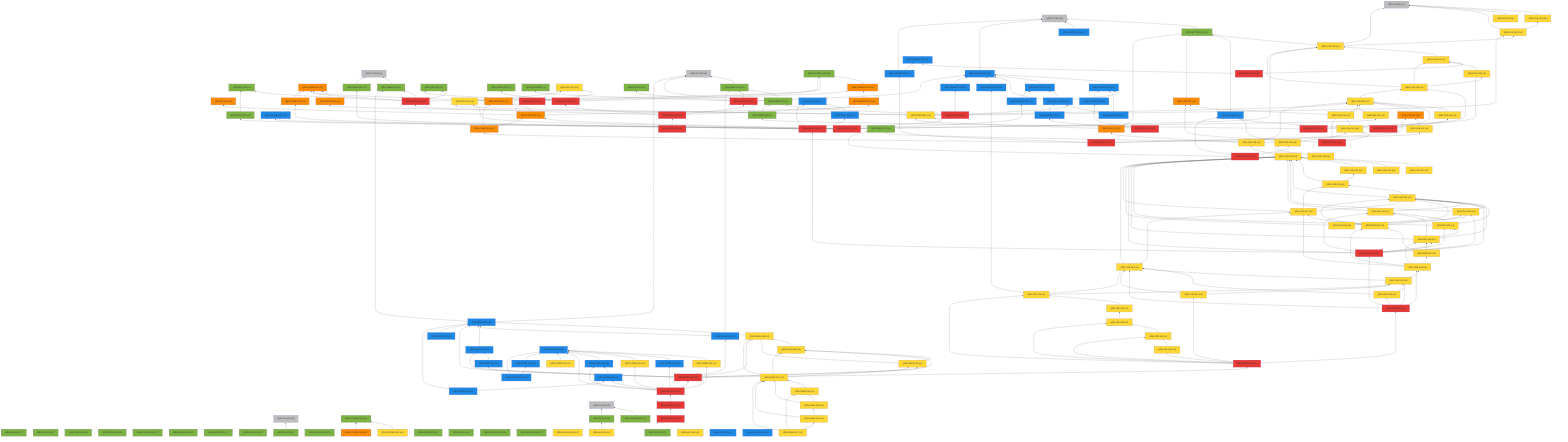
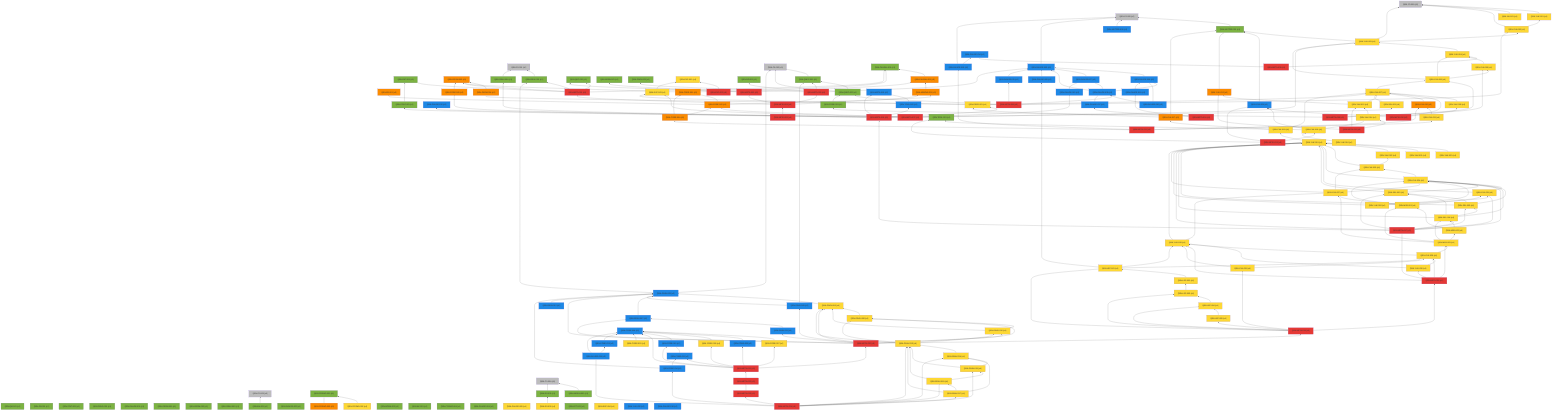
%% 自動生成 (dag/report.pl) — QRN 主張依存グラフ
graph BT
  QRN_C0_001["QRN-C0-001 (c0)"]:::c0
  QRN_C0_002["QRN-C0-002 (c0)"]:::c0
  QRN_C0_003["QRN-C0-003 (c0)"]:::c0
  QRN_C0_004["QRN-C0-004 (c0)"]:::c0
  QRN_C0_005["QRN-C0-005 (c0)"]:::c0
  QRN_C0_006["QRN-C0-006 (c0)"]:::c0
  QRN_QM_001["QRN-QM-001 (c1)"]:::c1
  QRN_GR_001["QRN-GR-001 (c1)"]:::c1
  QRN_STAT_001["QRN-STAT-001 (c1)"]:::c1
  QRN_FIELD_001["QRN-FIELD-001 (c1)"]:::c1
  QRN_GAUGE_001["QRN-GAUGE-001 (c1)"]:::c1
  QRN_ENT_001["QRN-ENT-001 (c1)"]:::c1
  QRN_GEOM_001["QRN-GEOM-001 (c1)"]:::c1
  QRN_GEOM_002["QRN-GEOM-002 (c1)"]:::c1
  QRN_GEOM_003["QRN-GEOM-003 (c3)"]:::c3
  QRN_GRAV_001["QRN-GRAV-001 (c1)"]:::c1
  QRN_GRAV_002["QRN-GRAV-002 (c1)"]:::c1
  QRN_BH_001["QRN-BH-001 (c1)"]:::c1
  QRN_CAUSAL_001["QRN-CAUSAL-001 (c1)"]:::c1
  QRN_CAUSAL_002["QRN-CAUSAL-002 (c3)"]:::c3
  QRN_ER_001["QRN-ER-001 (c3)"]:::c3
  QRN_QEC_001["QRN-QEC-001 (c1)"]:::c1
  QRN_GAUGE_002["QRN-GAUGE-002 (c1)"]:::c1
  QRN_COSMO_001["QRN-COSMO-001 (c1)"]:::c1
  QRN_COSMO_002["QRN-COSMO-002 (c4)"]:::c4
  QRN_COSMO_003["QRN-COSMO-003 (c3)"]:::c3
  QRN_BORN_001["QRN-BORN-001 (c1)"]:::c1
  QRN_BORN_002["QRN-BORN-002 (c1)"]:::c1
  QRN_GRAV_003["QRN-GRAV-003 (c1)"]:::c1
  QRN_KK_001["QRN-KK-001 (c1)"]:::c1
  QRN_MATTER_001["QRN-MATTER-001 (c1)"]:::c1
  QRN_MATTER_002["QRN-MATTER-002 (c2)"]:::c2
  QRN_COSMO_004["QRN-COSMO-004 (c1)"]:::c1
  QRN_EXP_001["QRN-EXP-001 (c4)"]:::c4
  QRN_GAUGE_003["QRN-GAUGE-003 (c2)"]:::c2
  QRN_GAUGE_004["QRN-GAUGE-004 (c1)"]:::c1
  QRN_GAUGE_005["QRN-GAUGE-005 (c4)"]:::c4
  QRN_YUK_001["QRN-YUK-001 (c4)"]:::c4
  QRN_RG_001["QRN-RG-001 (c1)"]:::c1
  QRN_UNRUH_001["QRN-UNRUH-001 (c1)"]:::c1
  QRN_QNEC_001["QRN-QNEC-001 (c1)"]:::c1
  QRN_NU_001["QRN-NU-001 (c4)"]:::c4
  QRN_GAUGE_006["QRN-GAUGE-006 (c2)"]:::c2
  QRN_DS_001["QRN-DS-001 (c1)"]:::c1
  QRN_DS_002["QRN-DS-002 (c4)"]:::c4
  QRN_ARROW_001["QRN-ARROW-001 (c3)"]:::c3
  QRN_GAUGE_007["QRN-GAUGE-007 (c2)"]:::c2
  QRN_EFT_001["QRN-EFT-001 (c1)"]:::c1
  QRN_GAUGE_008["QRN-GAUGE-008 (c2)"]:::c2
  QRN_GAUGE_009["QRN-GAUGE-009 (c2)"]:::c2
  QRN_GAUGE_010["QRN-GAUGE-010 (c2)"]:::c2
  QRN_QNEC_002["QRN-QNEC-002 (c1)"]:::c1
  QRN_GEOM_004["QRN-GEOM-004 (c3)"]:::c3
  QRN_YUK_002["QRN-YUK-002 (c4)"]:::c4
  QRN_EXP_002["QRN-EXP-002 (c5)"]:::c5
  QRN_CORE_001["QRN-CORE-001 (c3)"]:::c3
  QRN_GAUGE_011["QRN-GAUGE-011 (c2)"]:::c2
  QRN_GAUGE_012["QRN-GAUGE-012 (c2)"]:::c2
  QRN_YUK_003["QRN-YUK-003 (c4)"]:::c4
  QRN_EXP_003["QRN-EXP-003 (c4)"]:::c4
  QRN_CORE_002["QRN-CORE-002 (c3)"]:::c3
  QRN_GAUGE_013["QRN-GAUGE-013 (c2)"]:::c2
  QRN_YUK_004["QRN-YUK-004 (c4)"]:::c4
  QRN_GAUGE_014["QRN-GAUGE-014 (c2)"]:::c2
  QRN_META_001["QRN-META-001 (c5)"]:::c5
  QRN_META_002["QRN-META-002 (c5)"]:::c5
  QRN_META_003["QRN-META-003 (c5)"]:::c5
  QRN_META_004["QRN-META-004 (c5)"]:::c5
  QRN_META_005["QRN-META-005 (c5)"]:::c5
  QRN_META_006["QRN-META-006 (c5)"]:::c5
  QRN_META_007["QRN-META-007 (c5)"]:::c5
  QRN_META_008["QRN-META-008 (c5)"]:::c5
  QRN_YUK_005["QRN-YUK-005 (c4)"]:::c4
  QRN_YUK_006["QRN-YUK-006 (c4)"]:::c4
  QRN_CORE_003["QRN-CORE-003 (c1)"]:::c1
  QRN_META_009["QRN-META-009 (c5)"]:::c5
  QRN_YUK_007["QRN-YUK-007 (c4)"]:::c4
  QRN_YUK_008["QRN-YUK-008 (c4)"]:::c4
  QRN_YUK_009["QRN-YUK-009 (c2)"]:::c2
  QRN_META_010["QRN-META-010 (c5)"]:::c5
  QRN_GAUGE_015["QRN-GAUGE-015 (c2)"]:::c2
  QRN_YUK_010["QRN-YUK-010 (c3)"]:::c3
  QRN_YUK_011["QRN-YUK-011 (c4)"]:::c4
  QRN_CORE_004["QRN-CORE-004 (c3)"]:::c3
  QRN_META_011["QRN-META-011 (c5)"]:::c5
  QRN_YUK_012["QRN-YUK-012 (c3)"]:::c3
  QRN_YUK_013["QRN-YUK-013 (c4)"]:::c4
  QRN_YUK_014["QRN-YUK-014 (c4)"]:::c4
  QRN_META_012["QRN-META-012 (c5)"]:::c5
  QRN_TOOL_001["QRN-TOOL-001 (c1)"]:::c1
  QRN_YUK_015["QRN-YUK-015 (c4)"]:::c4
  QRN_META_013["QRN-META-013 (c5)"]:::c5
  QRN_GAUGE_016["QRN-GAUGE-016 (c2)"]:::c2
  QRN_GAUGE_017["QRN-GAUGE-017 (c2)"]:::c2
  QRN_META_014["QRN-META-014 (c5)"]:::c5
  QRN_META_015["QRN-META-015 (c2)"]:::c2
  QRN_TOOL_002["QRN-TOOL-002 (c2)"]:::c2
  QRN_CORE_005["QRN-CORE-005 (c3)"]:::c3
  QRN_CONT_001["QRN-CONT-001 (c1)"]:::c1
  QRN_SEL_001["QRN-SEL-001 (c4)"]:::c4
  QRN_GRAV_004["QRN-GRAV-004 (c1)"]:::c1
  QRN_PRED_001["QRN-PRED-001 (c4)"]:::c4
  QRN_META_016["QRN-META-016 (c5)"]:::c5
  QRN_YUK_016["QRN-YUK-016 (c4)"]:::c4
  QRN_YUK_017["QRN-YUK-017 (c3)"]:::c3
  QRN_YUK_018["QRN-YUK-018 (c4)"]:::c4
  QRN_YUK_019["QRN-YUK-019 (c4)"]:::c4
  QRN_YUK_020["QRN-YUK-020 (c4)"]:::c4
  QRN_YUK_021["QRN-YUK-021 (c4)"]:::c4
  QRN_YUK_022["QRN-YUK-022 (c4)"]:::c4
  QRN_YUK_023["QRN-YUK-023 (c4)"]:::c4
  QRN_YUK_024["QRN-YUK-024 (c4)"]:::c4
  QRN_YUK_025["QRN-YUK-025 (c4)"]:::c4
  QRN_SEL_002["QRN-SEL-002 (c4)"]:::c4
  QRN_SEL_003["QRN-SEL-003 (c4)"]:::c4
  QRN_SEL_004["QRN-SEL-004 (c4)"]:::c4
  QRN_META_017["QRN-META-017 (c5)"]:::c5
  QRN_YUK_026["QRN-YUK-026 (c4)"]:::c4
  QRN_YUK_027["QRN-YUK-027 (c4)"]:::c4
  QRN_MSR_001["QRN-MSR-001 (c4)"]:::c4
  QRN_MSR_002["QRN-MSR-002 (c4)"]:::c4
  QRN_MSR_003["QRN-MSR-003 (c4)"]:::c4
  QRN_YUK_028["QRN-YUK-028 (c4)"]:::c4
  QRN_YUK_029["QRN-YUK-029 (c4)"]:::c4
  QRN_YUK_030["QRN-YUK-030 (c4)"]:::c4
  QRN_META_018["QRN-META-018 (c5)"]:::c5
  QRN_YUK_031["QRN-YUK-031 (c4)"]:::c4
  QRN_LEP_001["QRN-LEP-001 (c4)"]:::c4
  QRN_LEP_002["QRN-LEP-002 (c4)"]:::c4
  QRN_LEP_003["QRN-LEP-003 (c4)"]:::c4
  QRN_LEP_004["QRN-LEP-004 (c4)"]:::c4
  QRN_LEP_005["QRN-LEP-005 (c4)"]:::c4
  QRN_META_019["QRN-META-019 (c5)"]:::c5
  QRN_GRAV_005["QRN-GRAV-005 (c2)"]:::c2
  QRN_GRAV_006["QRN-GRAV-006 (c4)"]:::c4
  QRN_GRAV_007["QRN-GRAV-007 (c2)"]:::c2
  QRN_GRAV_008["QRN-GRAV-008 (c4)"]:::c4
  QRN_GRAV_009["QRN-GRAV-009 (c2)"]:::c2
  QRN_GRAV_010["QRN-GRAV-010 (c4)"]:::c4
  QRN_GRAV_011["QRN-GRAV-011 (c2)"]:::c2
  QRN_META_020["QRN-META-020 (c5)"]:::c5
  QRN_CORE_006["QRN-CORE-006 (c2)"]:::c2
  QRN_CORE_007["QRN-CORE-007 (c4)"]:::c4
  QRN_CORE_008["QRN-CORE-008 (c2)"]:::c2
  QRN_CORE_009["QRN-CORE-009 (c4)"]:::c4
  QRN_CORE_010["QRN-CORE-010 (c2)"]:::c2
  QRN_CORE_011["QRN-CORE-011 (c2)"]:::c2
  QRN_META_021["QRN-META-021 (c5)"]:::c5
  QRN_CORE_012["QRN-CORE-012 (c4)"]:::c4
  QRN_EXP_004["QRN-EXP-004 (c4)"]:::c4
  QRN_CORE_013["QRN-CORE-013 (c2)"]:::c2
  QRN_GRAV_012["QRN-GRAV-012 (c2)"]:::c2
  QRN_YUK_032["QRN-YUK-032 (c2)"]:::c2
  QRN_GAUGE_018["QRN-GAUGE-018 (c2)"]:::c2
  QRN_META_022["QRN-META-022 (c5)"]:::c5
  QRN_META_023["QRN-META-023 (c5)"]:::c5
  QRN_CORE_014["QRN-CORE-014 (c2)"]:::c2
  QRN_GRAV_013["QRN-GRAV-013 (c4)"]:::c4
  QRN_GRAV_014["QRN-GRAV-014 (c4)"]:::c4
  QRN_GRAV_015["QRN-GRAV-015 (c4)"]:::c4
  QRN_GRAV_016["QRN-GRAV-016 (c4)"]:::c4
  QRN_GRAV_017["QRN-GRAV-017 (c4)"]:::c4
  QRN_GAUGE_019["QRN-GAUGE-019 (c2)"]:::c2
+   QRN_META_024["QRN-META-024 (c5)"]:::c5
  QRN_GRAV_001 --> QRN_C0_001
  QRN_BH_001 --> QRN_C0_003
  QRN_CAUSAL_002 --> QRN_CAUSAL_001
  QRN_COSMO_002 --> QRN_COSMO_001
  QRN_COSMO_003 --> QRN_COSMO_001
  QRN_MATTER_001 --> QRN_C0_005
  QRN_MATTER_002 --> QRN_C0_005
  QRN_GAUGE_003 --> QRN_C0_005
  QRN_YUK_001 --> QRN_C0_006
  QRN_UNRUH_001 --> QRN_C0_004
  QRN_QNEC_001 --> QRN_C0_002
  QRN_NU_001 --> QRN_C0_006
  QRN_GAUGE_006 --> QRN_GAUGE_003
  QRN_DS_001 --> QRN_C0_004
  QRN_DS_002 --> QRN_DS_001
  QRN_ARROW_001 --> QRN_CAUSAL_002
  QRN_GAUGE_007 --> QRN_GAUGE_003
  QRN_GAUGE_008 --> QRN_GAUGE_003
  QRN_GAUGE_008 --> QRN_GAUGE_006
  QRN_GAUGE_008 --> QRN_GAUGE_007
  QRN_GAUGE_009 --> QRN_GAUGE_003
  QRN_GAUGE_010 --> QRN_GAUGE_006
  QRN_GAUGE_010 --> QRN_GAUGE_008
  QRN_QNEC_002 --> QRN_C0_002
  QRN_QNEC_002 --> QRN_QNEC_001
  QRN_GEOM_004 --> QRN_GEOM_003
  QRN_YUK_002 --> QRN_C0_006
  QRN_YUK_002 --> QRN_YUK_001
  QRN_EXP_002 --> QRN_EXP_001
  QRN_CORE_001 --> QRN_GEOM_003
  QRN_CORE_001 --> QRN_CAUSAL_001
  QRN_GAUGE_011 --> QRN_GAUGE_003
  QRN_YUK_003 --> QRN_C0_006
  QRN_YUK_003 --> QRN_MATTER_001
  QRN_YUK_003 --> QRN_YUK_002
  QRN_EXP_003 --> QRN_EXP_001
  QRN_CORE_002 --> QRN_CORE_001
  QRN_CORE_002 --> QRN_ER_001
  QRN_CORE_002 --> QRN_ARROW_001
  QRN_GAUGE_013 --> QRN_GAUGE_007
  QRN_YUK_004 --> QRN_YUK_003
  QRN_META_001 --> QRN_GEOM_003
  QRN_META_001 --> QRN_GRAV_001
  QRN_META_001 --> QRN_CAUSAL_001
  QRN_META_001 --> QRN_QEC_001
  QRN_META_001 --> QRN_ENT_001
  QRN_META_002 --> QRN_QEC_001
  QRN_META_002 --> QRN_BORN_001
  QRN_META_002 --> QRN_CAUSAL_002
  QRN_META_003 --> QRN_GAUGE_003
  QRN_META_003 --> QRN_RG_001
  QRN_META_003 --> QRN_QNEC_001
  QRN_META_003 --> QRN_GRAV_003
  QRN_META_004 --> QRN_META_001
  QRN_META_004 --> QRN_META_002
  QRN_META_004 --> QRN_META_003
  QRN_META_004 --> QRN_ARROW_001
  QRN_META_005 --> QRN_META_004
  QRN_META_006 --> QRN_GAUGE_008
  QRN_META_006 --> QRN_QNEC_002
  QRN_META_006 --> QRN_GEOM_004
  QRN_META_006 --> QRN_YUK_002
  QRN_META_006 --> QRN_GAUGE_011
  QRN_META_007 --> QRN_GAUGE_012
  QRN_META_007 --> QRN_YUK_003
  QRN_META_007 --> QRN_EXP_003
  QRN_META_007 --> QRN_CORE_002
  QRN_META_007 --> QRN_GAUGE_013
  QRN_META_008 --> QRN_YUK_004
  QRN_META_008 --> QRN_GAUGE_014
  QRN_YUK_005 --> QRN_YUK_004
  QRN_YUK_006 --> QRN_YUK_003
  QRN_YUK_006 --> QRN_YUK_004
  QRN_YUK_006 --> QRN_YUK_005
  QRN_CORE_003 --> QRN_QNEC_002
  QRN_META_009 --> QRN_YUK_005
  QRN_META_009 --> QRN_YUK_006
  QRN_META_009 --> QRN_CORE_003
  QRN_YUK_007 --> QRN_YUK_006
  QRN_YUK_008 --> QRN_YUK_007
  QRN_YUK_009 --> QRN_MATTER_001
  QRN_META_010 --> QRN_YUK_007
  QRN_META_010 --> QRN_YUK_008
  QRN_META_010 --> QRN_YUK_009
  QRN_GAUGE_015 --> QRN_C0_005
  QRN_GAUGE_015 --> QRN_GAUGE_014
  QRN_YUK_010 --> QRN_YUK_007
  QRN_YUK_011 --> QRN_YUK_010
  QRN_CORE_004 --> QRN_CORE_001
  QRN_CORE_004 --> QRN_CORE_002
  QRN_META_011 --> QRN_GAUGE_015
  QRN_META_011 --> QRN_YUK_010
  QRN_META_011 --> QRN_YUK_011
  QRN_META_011 --> QRN_CORE_004
  QRN_YUK_012 --> QRN_MATTER_001
  QRN_YUK_013 --> QRN_YUK_012
  QRN_YUK_013 --> QRN_YUK_007
  QRN_YUK_014 --> QRN_YUK_013
  QRN_META_012 --> QRN_YUK_012
  QRN_META_012 --> QRN_YUK_013
  QRN_META_012 --> QRN_YUK_014
  QRN_YUK_015 --> QRN_YUK_014
  QRN_YUK_015 --> QRN_TOOL_001
  QRN_YUK_015 --> QRN_YUK_009
  QRN_META_013 --> QRN_YUK_015
  QRN_META_013 --> QRN_TOOL_001
  QRN_META_013 --> QRN_YUK_009
  QRN_GAUGE_016 --> QRN_GAUGE_006
  QRN_GAUGE_017 --> QRN_GAUGE_008
  QRN_META_014 --> QRN_GAUGE_016
  QRN_META_014 --> QRN_GAUGE_017
  QRN_TOOL_002 --> QRN_META_015
  QRN_CORE_005 --> QRN_GEOM_003
  QRN_CONT_001 --> QRN_ENT_001
  QRN_SEL_001 --> QRN_YUK_007
  QRN_GRAV_004 --> QRN_C0_001
  QRN_PRED_001 --> QRN_YUK_007
  QRN_PRED_001 --> QRN_EXP_003
  QRN_META_016 --> QRN_META_015
  QRN_META_016 --> QRN_TOOL_002
  QRN_META_016 --> QRN_CORE_005
  QRN_META_016 --> QRN_CONT_001
  QRN_META_016 --> QRN_SEL_001
  QRN_META_016 --> QRN_GRAV_004
  QRN_META_016 --> QRN_PRED_001
  QRN_YUK_016 --> QRN_YUK_015
  QRN_YUK_017 --> QRN_MATTER_001
  QRN_YUK_017 --> QRN_PRED_001
  QRN_YUK_018 --> QRN_YUK_017
  QRN_YUK_018 --> QRN_YUK_007
  QRN_YUK_019 --> QRN_YUK_018
  QRN_YUK_020 --> QRN_YUK_019
  QRN_YUK_021 --> QRN_YUK_019
  QRN_YUK_022 --> QRN_YUK_019
  QRN_YUK_023 --> QRN_YUK_019
  QRN_YUK_023 --> QRN_YUK_022
  QRN_YUK_024 --> QRN_YUK_019
  QRN_YUK_024 --> QRN_YUK_023
  QRN_YUK_025 --> QRN_YUK_019
  QRN_YUK_025 --> QRN_YUK_024
  QRN_SEL_002 --> QRN_YUK_019
  QRN_SEL_002 --> QRN_YUK_024
  QRN_SEL_003 --> QRN_YUK_019
  QRN_SEL_003 --> QRN_YUK_024
  QRN_SEL_003 --> QRN_SEL_002
  QRN_SEL_004 --> QRN_YUK_019
  QRN_SEL_004 --> QRN_YUK_024
  QRN_SEL_004 --> QRN_SEL_002
  QRN_SEL_004 --> QRN_SEL_003
  QRN_META_017 --> QRN_META_016
  QRN_META_017 --> QRN_YUK_019
  QRN_META_017 --> QRN_YUK_024
  QRN_META_017 --> QRN_YUK_025
  QRN_META_017 --> QRN_SEL_002
  QRN_META_017 --> QRN_SEL_003
  QRN_META_017 --> QRN_SEL_004
  QRN_YUK_026 --> QRN_YUK_019
  QRN_YUK_026 --> QRN_YUK_024
  QRN_YUK_026 --> QRN_YUK_025
  QRN_YUK_027 --> QRN_YUK_019
  QRN_YUK_027 --> QRN_YUK_023
  QRN_YUK_027 --> QRN_YUK_024
  QRN_MSR_001 --> QRN_YUK_024
  QRN_MSR_001 --> QRN_YUK_025
  QRN_MSR_001 --> QRN_YUK_027
  QRN_MSR_002 --> QRN_SEL_004
  QRN_MSR_002 --> QRN_MSR_001
  QRN_MSR_003 --> QRN_MSR_001
  QRN_MSR_003 --> QRN_MSR_002
  QRN_MSR_003 --> QRN_SEL_004
  QRN_MSR_003 --> QRN_YUK_027
  QRN_YUK_028 --> QRN_YUK_019
  QRN_YUK_028 --> QRN_YUK_027
  QRN_YUK_029 --> QRN_YUK_028
  QRN_YUK_029 --> QRN_MSR_003
  QRN_YUK_030 --> QRN_YUK_028
  QRN_YUK_030 --> QRN_YUK_029
  QRN_META_018 --> QRN_META_017
  QRN_META_018 --> QRN_MSR_003
  QRN_META_018 --> QRN_YUK_028
  QRN_META_018 --> QRN_YUK_029
  QRN_META_018 --> QRN_YUK_030
  QRN_YUK_031 --> QRN_YUK_028
  QRN_YUK_031 --> QRN_YUK_029
  QRN_LEP_001 --> QRN_YUK_028
  QRN_LEP_001 --> QRN_YUK_029
  QRN_LEP_001 --> QRN_GAUGE_009
  QRN_LEP_002 --> QRN_LEP_001
  QRN_LEP_003 --> QRN_LEP_002
  QRN_LEP_004 --> QRN_LEP_003
  QRN_LEP_005 --> QRN_LEP_004
  QRN_META_019 --> QRN_META_018
  QRN_META_019 --> QRN_YUK_031
  QRN_META_019 --> QRN_LEP_001
  QRN_META_019 --> QRN_LEP_003
  QRN_META_019 --> QRN_LEP_004
  QRN_META_019 --> QRN_LEP_005
  QRN_GRAV_005 --> QRN_C0_002
  QRN_GRAV_005 --> QRN_GRAV_001
  QRN_GRAV_006 --> QRN_GRAV_005
  QRN_GRAV_007 --> QRN_GRAV_005
  QRN_GRAV_008 --> QRN_GRAV_006
  QRN_GRAV_009 --> QRN_GRAV_005
  QRN_GRAV_009 --> QRN_QNEC_001
  QRN_GRAV_010 --> QRN_GRAV_006
  QRN_GRAV_010 --> QRN_GRAV_008
  QRN_GRAV_011 --> QRN_GRAV_007
  QRN_META_020 --> QRN_META_019
  QRN_META_020 --> QRN_GRAV_005
  QRN_META_020 --> QRN_GRAV_006
  QRN_META_020 --> QRN_GRAV_007
  QRN_META_020 --> QRN_GRAV_008
  QRN_META_020 --> QRN_GRAV_009
  QRN_META_020 --> QRN_GRAV_010
  QRN_META_020 --> QRN_GRAV_011
  QRN_CORE_007 --> QRN_CORE_006
  QRN_CORE_008 --> QRN_CORE_006
  QRN_CORE_009 --> QRN_CORE_006
  QRN_CORE_010 --> QRN_CORE_006
  QRN_CORE_011 --> QRN_CORE_010
  QRN_META_021 --> QRN_META_020
  QRN_META_021 --> QRN_CORE_006
  QRN_META_021 --> QRN_CORE_007
  QRN_META_021 --> QRN_CORE_008
  QRN_META_021 --> QRN_CORE_009
  QRN_META_021 --> QRN_CORE_010
  QRN_META_021 --> QRN_CORE_011
  QRN_CORE_012 --> QRN_CORE_006
  QRN_CORE_013 --> QRN_CORE_006
  QRN_GRAV_012 --> QRN_GRAV_005
  QRN_META_022 --> QRN_META_021
  QRN_META_023 --> QRN_META_022
  QRN_CORE_014 --> QRN_CORE_011
  QRN_CORE_014 --> QRN_GRAV_005
  QRN_GRAV_013 --> QRN_GRAV_006
  QRN_GRAV_013 --> QRN_GRAV_008
  QRN_GRAV_013 --> QRN_GRAV_010
  QRN_GRAV_014 --> QRN_GRAV_013
  QRN_GRAV_015 --> QRN_GRAV_013
  QRN_GRAV_015 --> QRN_GRAV_014
  QRN_GRAV_016 --> QRN_GRAV_013
  QRN_GRAV_016 --> QRN_GRAV_015
  QRN_GRAV_017 --> QRN_GRAV_013
  QRN_GRAV_017 --> QRN_GRAV_014
  QRN_GRAV_017 --> QRN_GRAV_016
  QRN_GAUGE_019 --> QRN_CORE_006
  QRN_GAUGE_019 --> QRN_CORE_013
+   QRN_META_024 --> QRN_CORE_014
+   QRN_META_024 --> QRN_GRAV_013
+   QRN_META_024 --> QRN_GRAV_014
+   QRN_META_024 --> QRN_GRAV_015
+   QRN_META_024 --> QRN_GRAV_016
+   QRN_META_024 --> QRN_GRAV_017
+   QRN_META_024 --> QRN_GAUGE_019
+   QRN_META_024 --> QRN_META_023
  classDef c0 fill:#bdbdbd
  classDef c1 fill:#7cb342
  classDef c2 fill:#1e88e5
  classDef c3 fill:#fb8c00
  classDef c4 fill:#fdd835
  classDef c5 fill:#e53935
